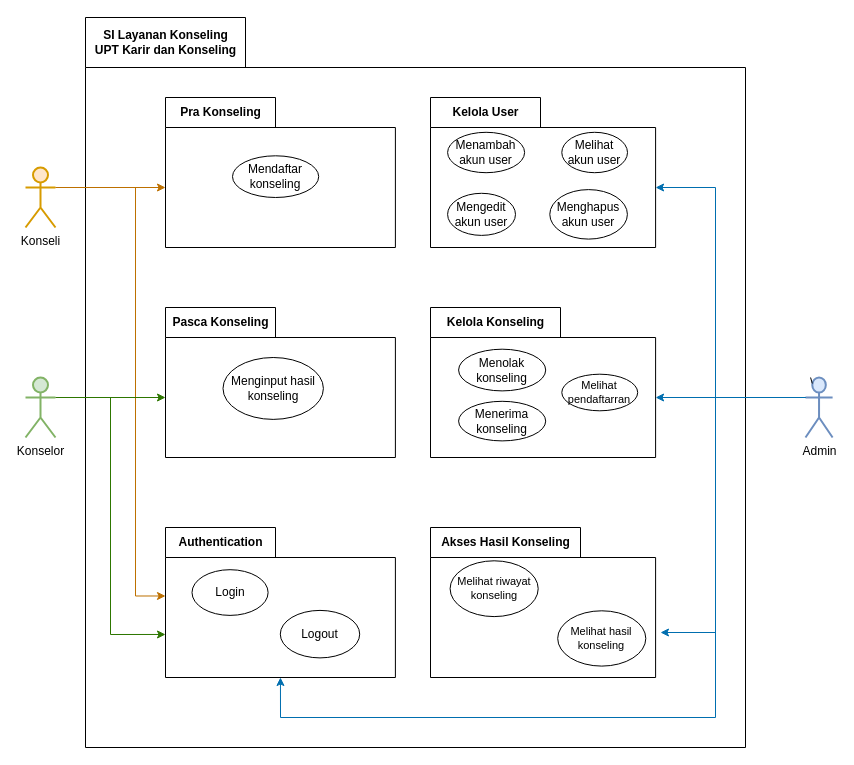
This is page "Package Diagram Use Case" (3 of 5) of UML.drawio from rhmdin/TB-APSI, a draw.io file, before an edit. Source tidied: cells renumbered, new cells numbered last; positions are measured from the earlier drawing's top-left corner, leaving out a move shared by most shapes. Both pictures are drawn from the tidied source at 100%, with x=0, y=0 at pixel (25, 17).
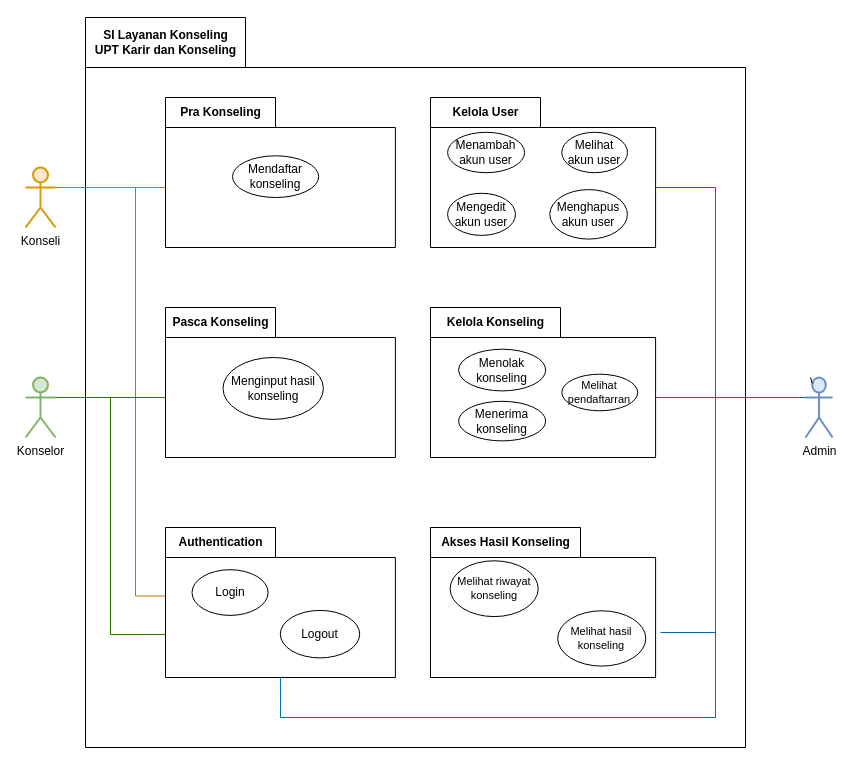
Above is the later version.

Unchanged cells that the change refers to:
```xml
<mxCell id="4" value="Kelola Konseling" style="shape=folder;fontStyle=1;tabWidth=130;tabHeight=30;tabPosition=left;html=1;boundedLbl=1;labelInHeader=1;" parent="2" vertex="1">
  <mxGeometry x="345" y="290" width="225.1" height="150" as="geometry" />
</mxCell>
<mxCell id="9" value="Kelola User" style="shape=folder;fontStyle=1;tabWidth=110;tabHeight=30;tabPosition=left;html=1;boundedLbl=1;labelInHeader=1;" parent="2" vertex="1">
  <mxGeometry x="345" y="80" width="225.1" height="150" as="geometry" />
</mxCell>
<mxCell id="15" value="Authentication" style="shape=folder;fontStyle=1;tabWidth=110;tabHeight=30;tabPosition=left;html=1;boundedLbl=1;labelInHeader=1;" parent="2" vertex="1">
  <mxGeometry x="80" y="510" width="229.9" height="150" as="geometry" />
</mxCell>
<mxCell id="19" value="Akses Hasil Konseling" style="shape=folder;fontStyle=1;tabWidth=150;tabHeight=30;tabPosition=left;html=1;boundedLbl=1;labelInHeader=1;" parent="2" vertex="1">
  <mxGeometry x="345" y="510" width="225.1" height="150" as="geometry" />
</mxCell>
<mxCell id="23" value="Pasca Konseling" style="shape=folder;fontStyle=1;tabWidth=110;tabHeight=30;tabPosition=left;html=1;boundedLbl=1;labelInHeader=1;" parent="2" vertex="1">
  <mxGeometry x="80" y="290" width="229.9" height="150" as="geometry" />
</mxCell>
<mxCell id="26" value="Pra Konseling" style="shape=folder;fontStyle=1;tabWidth=110;tabHeight=30;tabPosition=left;html=1;boundedLbl=1;labelInHeader=1;" parent="2" vertex="1">
  <mxGeometry x="80" y="80" width="229.9" height="150" as="geometry" />
</mxCell>
<mxCell id="31" value="Konseli" style="shape=umlActor;verticalLabelPosition=bottom;verticalAlign=top;html=1;outlineConnect=0;fillColor=#ffe6cc;strokeColor=#d79b00;strokeWidth=2;" parent="1" vertex="1">
  <mxGeometry y="150" width="30" height="60" as="geometry" />
</mxCell>
<mxCell id="34" value="Konselor" style="shape=umlActor;verticalLabelPosition=bottom;verticalAlign=top;html=1;outlineConnect=0;fillColor=#d5e8d4;strokeColor=#82b366;strokeWidth=2;" parent="1" vertex="1">
  <mxGeometry y="360" width="30" height="60" as="geometry" />
</mxCell>
<mxCell id="36" value="Admin" style="shape=umlActor;verticalLabelPosition=bottom;verticalAlign=top;html=1;outlineConnect=0;fillColor=#dae8fc;strokeColor=#6c8ebf;strokeWidth=2;" parent="1" vertex="1">
  <mxGeometry x="780" y="360" width="27.1" height="60" as="geometry" />
</mxCell>
```

The edit, as a diff of the source:
```diff
@@
-    <mxCell id="29" style="rounded=0;jettySize=auto;html=1;exitX=1;exitY=0.3333333333333333;exitDx=0;exitDy=0;exitPerimeter=0;entryX=0;entryY=0;entryDx=0;entryDy=90;entryPerimeter=0;fillColor=#f0a30a;strokeColor=#BD7000;" parent="1" edge="1" source="31" target="26">
+    <mxCell id="29" style="rounded=0;jettySize=auto;html=1;exitX=1;exitY=0.3333333333333333;exitDx=0;exitDy=0;exitPerimeter=0;entryX=0;entryY=0;entryDx=0;entryDy=90;entryPerimeter=0;fillColor=#f0a30a;strokeColor=#BD7000;endArrow=none;endFill=0;" parent="1" edge="1" source="31" target="26">
       <mxGeometry relative="1" as="geometry" />
     </mxCell>
-    <mxCell id="30" style="rounded=0;jettySize=auto;html=1;exitX=1;exitY=0.3333333333333333;exitDx=0;exitDy=0;exitPerimeter=0;entryX=0;entryY=0;entryDx=0;entryDy=68.4875;entryPerimeter=0;edgeStyle=orthogonalEdgeStyle;fillColor=#f0a30a;strokeColor=#BD7000;" parent="1" edge="1" source="31" target="15">
+    <mxCell id="30" style="rounded=0;jettySize=auto;html=1;exitX=1;exitY=0.3333333333333333;exitDx=0;exitDy=0;exitPerimeter=0;entryX=0;entryY=0;entryDx=0;entryDy=68.4875;entryPerimeter=0;edgeStyle=orthogonalEdgeStyle;fillColor=#f0a30a;strokeColor=#BD7000;endArrow=none;endFill=0;" parent="1" edge="1" source="31" target="15">
       <mxGeometry relative="1" as="geometry">
         <Array as="points">
           <mxPoint x="110" y="170" />
           <mxPoint x="110" y="578" />
         </Array>
       </mxGeometry>
     </mxCell>
@@
-    <mxCell id="32" style="edgeStyle=none;rounded=0;jettySize=auto;html=1;exitX=1;exitY=0.3333333333333333;exitDx=0;exitDy=0;exitPerimeter=0;entryX=0;entryY=0;entryDx=0;entryDy=90;entryPerimeter=0;fillColor=#60a917;strokeColor=#2D7600;" parent="1" edge="1" source="34" target="23">
+    <mxCell id="32" style="edgeStyle=none;rounded=0;jettySize=auto;html=1;exitX=1;exitY=0.3333333333333333;exitDx=0;exitDy=0;exitPerimeter=0;entryX=0;entryY=0;entryDx=0;entryDy=90;entryPerimeter=0;fillColor=#60a917;strokeColor=#2D7600;endArrow=none;endFill=0;" parent="1" edge="1" source="34" target="23">
       <mxGeometry relative="1" as="geometry" />
     </mxCell>
-    <mxCell id="33" style="edgeStyle=orthogonalEdgeStyle;rounded=0;jettySize=auto;html=1;exitX=1;exitY=0.3333333333333333;exitDx=0;exitDy=0;exitPerimeter=0;entryX=0;entryY=0;entryDx=0;entryDy=106.975;entryPerimeter=0;fillColor=#60a917;strokeColor=#2D7600;" parent="1" edge="1" source="34" target="15">
+    <mxCell id="33" style="edgeStyle=orthogonalEdgeStyle;rounded=0;jettySize=auto;html=1;exitX=1;exitY=0.3333333333333333;exitDx=0;exitDy=0;exitPerimeter=0;entryX=0;entryY=0;entryDx=0;entryDy=106.975;entryPerimeter=0;fillColor=#60a917;strokeColor=#2D7600;endArrow=none;endFill=0;" parent="1" edge="1" source="34" target="15">
       <mxGeometry relative="1" as="geometry" />
     </mxCell>
@@
-    <mxCell id="35" style="edgeStyle=orthogonalEdgeStyle;rounded=0;jettySize=auto;html=1;exitX=0;exitY=0.3333333333333333;exitDx=0;exitDy=0;exitPerimeter=0;entryX=0;entryY=0;entryDx=225.09251868514622;entryDy=90;entryPerimeter=0;fillColor=#1ba1e2;strokeColor=#006EAF;" parent="1" edge="1" source="36" target="9">
+    <mxCell id="35" style="edgeStyle=orthogonalEdgeStyle;rounded=0;jettySize=auto;html=1;exitX=0;exitY=0.3333333333333333;exitDx=0;exitDy=0;exitPerimeter=0;entryX=0;entryY=0;entryDx=225.09251868514622;entryDy=90;entryPerimeter=0;fillColor=#1ba1e2;strokeColor=#006EAF;endArrow=none;endFill=0;" parent="1" edge="1" source="36" target="9">
       <mxGeometry relative="1" as="geometry">
         <Array as="points">
           <mxPoint x="690" y="380" />
           <mxPoint x="690" y="170" />
         </Array>
       </mxGeometry>
     </mxCell>
@@
-    <mxCell id="38" style="rounded=0;jettySize=auto;html=1;exitX=0;exitY=0.3333333333333333;exitDx=0;exitDy=0;exitPerimeter=0;entryX=0.5;entryY=1;entryDx=0;entryDy=0;entryPerimeter=0;edgeStyle=orthogonalEdgeStyle;fillColor=#1ba1e2;strokeColor=#006EAF;" parent="1" edge="1" source="36" target="15">
+    <mxCell id="38" style="rounded=0;jettySize=auto;html=1;exitX=0;exitY=0.3333333333333333;exitDx=0;exitDy=0;exitPerimeter=0;entryX=0.5;entryY=1;entryDx=0;entryDy=0;entryPerimeter=0;edgeStyle=orthogonalEdgeStyle;fillColor=#1ba1e2;strokeColor=#006EAF;endArrow=none;endFill=0;" parent="1" edge="1" source="36" target="15">
       <mxGeometry relative="1" as="geometry">
         <Array as="points">
           <mxPoint x="690" y="380" />
           <mxPoint x="690" y="700" />
           <mxPoint x="255" y="700" />
         </Array>
       </mxGeometry>
     </mxCell>
-    <mxCell id="39" style="rounded=0;jettySize=auto;html=1;exitX=0;exitY=0.3333333333333333;exitDx=0;exitDy=0;exitPerimeter=0;entryX=0;entryY=0;entryDx=230;entryDy=105;entryPerimeter=0;edgeStyle=orthogonalEdgeStyle;fillColor=#1ba1e2;strokeColor=#006EAF;" parent="1" edge="1" source="36" target="19">
+    <mxCell id="39" style="rounded=0;jettySize=auto;html=1;exitX=0;exitY=0.3333333333333333;exitDx=0;exitDy=0;exitPerimeter=0;entryX=0;entryY=0;entryDx=230;entryDy=105;entryPerimeter=0;edgeStyle=orthogonalEdgeStyle;fillColor=#1ba1e2;strokeColor=#006EAF;endArrow=none;endFill=0;" parent="1" edge="1" source="36" target="19">
       <mxGeometry relative="1" as="geometry">
         <Array as="points">
           <mxPoint x="690" y="380" />
           <mxPoint x="690" y="615" />
         </Array>
       </mxGeometry>
     </mxCell>
-    <mxCell id="40" style="rounded=0;jettySize=auto;html=1;exitX=0;exitY=0.3333333333333333;exitDx=0;exitDy=0;exitPerimeter=0;entryX=0;entryY=0;entryDx=225.0925186851462;entryDy=90;entryPerimeter=0;fillColor=#1ba1e2;strokeColor=#006EAF;" parent="1" edge="1" source="36" target="4">
+    <mxCell id="40" style="rounded=0;jettySize=auto;html=1;exitX=0;exitY=0.3333333333333333;exitDx=0;exitDy=0;exitPerimeter=0;entryX=0;entryY=0;entryDx=225.0925186851462;entryDy=90;entryPerimeter=0;fillColor=#1ba1e2;strokeColor=#006EAF;endArrow=none;endFill=0;" parent="1" edge="1" source="36" target="4">
       <mxGeometry relative="1" as="geometry" />
     </mxCell>
```
